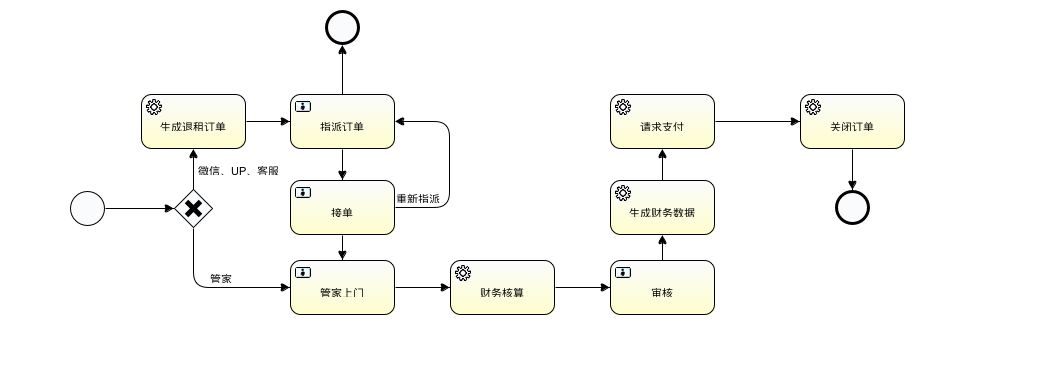
littlefishercoder/littlefisher-system keeps this BPMN diagram as code/yc-parent/core-activiti/src/main/resources/diagrams/cancellease/CancelLeaseProcess.png. Above is the earlier version. Its source is kept beside it as code/yc-parent/core-activiti/src/main/resources/diagrams/cancellease/CancelLeaseProcess.bpmn. Ids are renumbered.
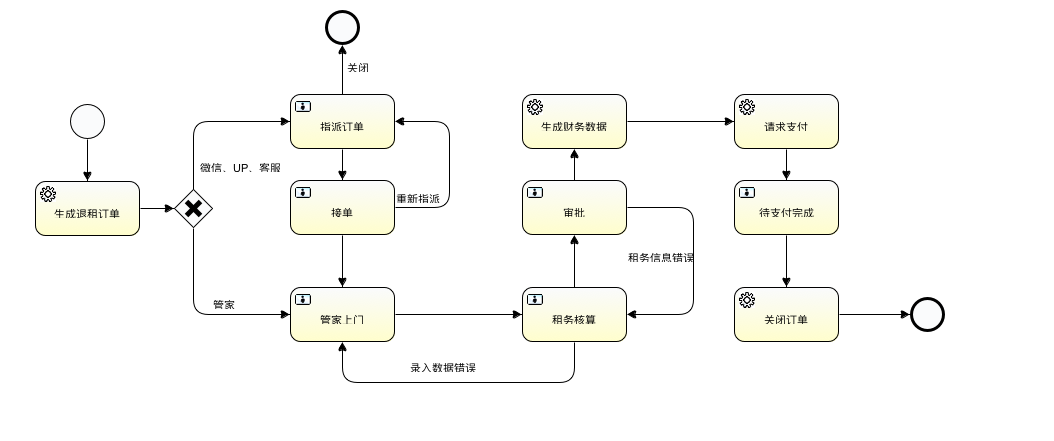
After the commit.

The edit, as a diff of the source:
```diff
@@ -3,38 +3,42 @@
     <startEvent id="startevent1" name="Start"></startEvent>
     <serviceTask id="servicetask1" name="生成退租订单"></serviceTask>
     <userTask id="usertask1" name="指派订单"></userTask>
-    <sequenceFlow id="flow2" sourceRef="servicetask1" targetRef="usertask1"></sequenceFlow>
+    <sequenceFlow id="flow2" name="微信、UP、客服" sourceRef="servicetask1" targetRef="usertask1"></sequenceFlow>
     <endEvent id="endevent1" name="End"></endEvent>
-    <sequenceFlow id="flow3" sourceRef="usertask1" targetRef="endevent1"></sequenceFlow>
+    <sequenceFlow id="flow3" name="关闭" sourceRef="usertask1" targetRef="endevent1"></sequenceFlow>
     <userTask id="usertask2" name="接单"></userTask>
     <sequenceFlow id="flow4" sourceRef="usertask1" targetRef="usertask2"></sequenceFlow>
     <userTask id="usertask3" name="管家上门"></userTask>
     <sequenceFlow id="flow5" sourceRef="usertask2" targetRef="usertask3"></sequenceFlow>
-    <sequenceFlow id="flow6" sourceRef="usertask3" targetRef="servicetask2"></sequenceFlow>
-    <userTask id="usertask5" name="审核"></userTask>
-    <sequenceFlow id="flow7" sourceRef="servicetask2" targetRef="usertask5"></sequenceFlow>
+    <userTask id="usertask5" name="审批"></userTask>
     <sequenceFlow id="flow8" sourceRef="usertask5" targetRef="servicetask3"></sequenceFlow>
     <sequenceFlow id="flow9" sourceRef="servicetask3" targetRef="servicetask4"></sequenceFlow>
-    <sequenceFlow id="flow10" sourceRef="servicetask4" targetRef="servicetask5"></sequenceFlow>
     <endEvent id="endevent2" name="End"></endEvent>
     <sequenceFlow id="flow11" sourceRef="servicetask5" targetRef="endevent2"></sequenceFlow>
     <exclusiveGateway id="exclusivegateway1" name="Exclusive Gateway"></exclusiveGateway>
-    <sequenceFlow id="flow12" sourceRef="startevent1" targetRef="exclusivegateway1"></sequenceFlow>
-    <sequenceFlow id="flow13" name="微信、UP、客服" sourceRef="exclusivegateway1" targetRef="servicetask1"></sequenceFlow>
+    <sequenceFlow id="flow12" sourceRef="startevent1" targetRef="servicetask1"></sequenceFlow>
     <sequenceFlow id="flow14" name="管家" sourceRef="exclusivegateway1" targetRef="usertask3"></sequenceFlow>
-    <serviceTask id="servicetask2" name="财务核算"></serviceTask>
     <serviceTask id="servicetask3" name="生成财务数据"></serviceTask>
     <serviceTask id="servicetask4" name="请求支付"></serviceTask>
     <serviceTask id="servicetask5" name="关闭订单"></serviceTask>
     <sequenceFlow id="flow15" name="重新指派" sourceRef="usertask2" targetRef="usertask1"></sequenceFlow>
+    <userTask id="usertask6" name="租务核算"></userTask>
+    <sequenceFlow id="flow16" sourceRef="usertask3" targetRef="usertask6"></sequenceFlow>
+    <sequenceFlow id="flow17" sourceRef="usertask6" targetRef="usertask5"></sequenceFlow>
+    <sequenceFlow id="flow18" name="租务信息错误" sourceRef="usertask5" targetRef="usertask6"></sequenceFlow>
+    <sequenceFlow id="flow19" name="录入数据错误" sourceRef="usertask6" targetRef="usertask3"></sequenceFlow>
+    <userTask id="usertask7" name="待支付完成"></userTask>
+    <sequenceFlow id="flow20" sourceRef="servicetask4" targetRef="usertask7"></sequenceFlow>
+    <sequenceFlow id="flow21" sourceRef="usertask7" targetRef="servicetask5"></sequenceFlow>
+    <sequenceFlow id="flow22" sourceRef="servicetask1" targetRef="exclusivegateway1"></sequenceFlow>
   </process>
   <bpmndi:BPMNDiagram id="BPMNDiagram_CancelLeaseProcess">
     <bpmndi:BPMNPlane bpmnElement="CancelLeaseProcess" id="BPMNPlane_CancelLeaseProcess">
       <bpmndi:BPMNShape bpmnElement="startevent1" id="BPMNShape_startevent1">
-        <omgdc:Bounds height="35.0" width="35.0" x="70.0" y="191.0"></omgdc:Bounds>
+        <omgdc:Bounds height="35.0" width="35.0" x="70.0" y="104.0"></omgdc:Bounds>
       </bpmndi:BPMNShape>
       <bpmndi:BPMNShape bpmnElement="servicetask1" id="BPMNShape_servicetask1">
-        <omgdc:Bounds height="55.0" width="105.0" x="141.0" y="94.0"></omgdc:Bounds>
+        <omgdc:Bounds height="55.0" width="105.0" x="35.0" y="181.0"></omgdc:Bounds>
       </bpmndi:BPMNShape>
       <bpmndi:BPMNShape bpmnElement="usertask1" id="BPMNShape_usertask1">
         <omgdc:Bounds height="55.0" width="105.0" x="290.0" y="94.0"></omgdc:Bounds>
@@ -46,36 +50,46 @@
         <omgdc:Bounds height="55.0" width="105.0" x="290.0" y="180.0"></omgdc:Bounds>
       </bpmndi:BPMNShape>
       <bpmndi:BPMNShape bpmnElement="usertask3" id="BPMNShape_usertask3">
-        <omgdc:Bounds height="55.0" width="105.0" x="290.0" y="260.0"></omgdc:Bounds>
+        <omgdc:Bounds height="55.0" width="105.0" x="290.0" y="287.0"></omgdc:Bounds>
       </bpmndi:BPMNShape>
       <bpmndi:BPMNShape bpmnElement="usertask5" id="BPMNShape_usertask5">
-        <omgdc:Bounds height="55.0" width="105.0" x="610.0" y="260.0"></omgdc:Bounds>
+        <omgdc:Bounds height="55.0" width="105.0" x="522.0" y="180.0"></omgdc:Bounds>
       </bpmndi:BPMNShape>
       <bpmndi:BPMNShape bpmnElement="endevent2" id="BPMNShape_endevent2">
-        <omgdc:Bounds height="35.0" width="35.0" x="835.0" y="190.0"></omgdc:Bounds>
+        <omgdc:Bounds height="35.0" width="35.0" x="910.0" y="297.0"></omgdc:Bounds>
       </bpmndi:BPMNShape>
       <bpmndi:BPMNShape bpmnElement="exclusivegateway1" id="BPMNShape_exclusivegateway1">
         <omgdc:Bounds height="40.0" width="40.0" x="173.0" y="188.0"></omgdc:Bounds>
       </bpmndi:BPMNShape>
-      <bpmndi:BPMNShape bpmnElement="servicetask2" id="BPMNShape_servicetask2">
-        <omgdc:Bounds height="55.0" width="105.0" x="450.0" y="260.0"></omgdc:Bounds>
-      </bpmndi:BPMNShape>
       <bpmndi:BPMNShape bpmnElement="servicetask3" id="BPMNShape_servicetask3">
-        <omgdc:Bounds height="55.0" width="105.0" x="610.0" y="180.0"></omgdc:Bounds>
+        <omgdc:Bounds height="55.0" width="105.0" x="522.0" y="94.0"></omgdc:Bounds>
       </bpmndi:BPMNShape>
       <bpmndi:BPMNShape bpmnElement="servicetask4" id="BPMNShape_servicetask4">
-        <omgdc:Bounds height="55.0" width="105.0" x="610.0" y="94.0"></omgdc:Bounds>
+        <omgdc:Bounds height="55.0" width="105.0" x="734.0" y="94.0"></omgdc:Bounds>
       </bpmndi:BPMNShape>
       <bpmndi:BPMNShape bpmnElement="servicetask5" id="BPMNShape_servicetask5">
-        <omgdc:Bounds height="55.0" width="105.0" x="800.0" y="94.0"></omgdc:Bounds>
+        <omgdc:Bounds height="55.0" width="105.0" x="734.0" y="287.0"></omgdc:Bounds>
+      </bpmndi:BPMNShape>
+      <bpmndi:BPMNShape bpmnElement="usertask6" id="BPMNShape_usertask6">
+        <omgdc:Bounds height="55.0" width="105.0" x="522.0" y="287.0"></omgdc:Bounds>
+      </bpmndi:BPMNShape>
+      <bpmndi:BPMNShape bpmnElement="usertask7" id="BPMNShape_usertask7">
+        <omgdc:Bounds height="55.0" width="105.0" x="734.0" y="180.0"></omgdc:Bounds>
       </bpmndi:BPMNShape>
       <bpmndi:BPMNEdge bpmnElement="flow2" id="BPMNEdge_flow2">
-        <omgdi:waypoint x="246.0" y="121.0"></omgdi:waypoint>
+        <omgdi:waypoint x="87.0" y="181.0"></omgdi:waypoint>
+        <omgdi:waypoint x="193.0" y="121.0"></omgdi:waypoint>
         <omgdi:waypoint x="290.0" y="121.0"></omgdi:waypoint>
+        <bpmndi:BPMNLabel>
+          <omgdc:Bounds height="16.0" width="100.0" x="94.0" y="154.0"></omgdc:Bounds>
+        </bpmndi:BPMNLabel>
       </bpmndi:BPMNEdge>
       <bpmndi:BPMNEdge bpmnElement="flow3" id="BPMNEdge_flow3">
         <omgdi:waypoint x="342.0" y="94.0"></omgdi:waypoint>
         <omgdi:waypoint x="342.0" y="45.0"></omgdi:waypoint>
+        <bpmndi:BPMNLabel>
+          <omgdc:Bounds height="16.0" width="100.0" x="347.0" y="61.0"></omgdc:Bounds>
+        </bpmndi:BPMNLabel>
       </bpmndi:BPMNEdge>
       <bpmndi:BPMNEdge bpmnElement="flow4" id="BPMNEdge_flow4">
         <omgdi:waypoint x="342.0" y="149.0"></omgdi:waypoint>
@@ -83,49 +97,30 @@
       </bpmndi:BPMNEdge>
       <bpmndi:BPMNEdge bpmnElement="flow5" id="BPMNEdge_flow5">
         <omgdi:waypoint x="342.0" y="235.0"></omgdi:waypoint>
-        <omgdi:waypoint x="342.0" y="260.0"></omgdi:waypoint>
-      </bpmndi:BPMNEdge>
-      <bpmndi:BPMNEdge bpmnElement="flow6" id="BPMNEdge_flow6">
-        <omgdi:waypoint x="395.0" y="287.0"></omgdi:waypoint>
-        <omgdi:waypoint x="450.0" y="287.0"></omgdi:waypoint>
-      </bpmndi:BPMNEdge>
-      <bpmndi:BPMNEdge bpmnElement="flow7" id="BPMNEdge_flow7">
-        <omgdi:waypoint x="555.0" y="287.0"></omgdi:waypoint>
-        <omgdi:waypoint x="610.0" y="287.0"></omgdi:waypoint>
+        <omgdi:waypoint x="342.0" y="287.0"></omgdi:waypoint>
       </bpmndi:BPMNEdge>
       <bpmndi:BPMNEdge bpmnElement="flow8" id="BPMNEdge_flow8">
-        <omgdi:waypoint x="662.0" y="260.0"></omgdi:waypoint>
-        <omgdi:waypoint x="662.0" y="235.0"></omgdi:waypoint>
+        <omgdi:waypoint x="574.0" y="180.0"></omgdi:waypoint>
+        <omgdi:waypoint x="574.0" y="149.0"></omgdi:waypoint>
       </bpmndi:BPMNEdge>
       <bpmndi:BPMNEdge bpmnElement="flow9" id="BPMNEdge_flow9">
-        <omgdi:waypoint x="662.0" y="180.0"></omgdi:waypoint>
-        <omgdi:waypoint x="662.0" y="149.0"></omgdi:waypoint>
-      </bpmndi:BPMNEdge>
-      <bpmndi:BPMNEdge bpmnElement="flow10" id="BPMNEdge_flow10">
-        <omgdi:waypoint x="715.0" y="121.0"></omgdi:waypoint>
-        <omgdi:waypoint x="800.0" y="121.0"></omgdi:waypoint>
+        <omgdi:waypoint x="627.0" y="121.0"></omgdi:waypoint>
+        <omgdi:waypoint x="734.0" y="121.0"></omgdi:waypoint>
       </bpmndi:BPMNEdge>
       <bpmndi:BPMNEdge bpmnElement="flow11" id="BPMNEdge_flow11">
-        <omgdi:waypoint x="852.0" y="149.0"></omgdi:waypoint>
-        <omgdi:waypoint x="852.0" y="190.0"></omgdi:waypoint>
+        <omgdi:waypoint x="839.0" y="314.0"></omgdi:waypoint>
+        <omgdi:waypoint x="910.0" y="314.0"></omgdi:waypoint>
       </bpmndi:BPMNEdge>
       <bpmndi:BPMNEdge bpmnElement="flow12" id="BPMNEdge_flow12">
-        <omgdi:waypoint x="105.0" y="208.0"></omgdi:waypoint>
-        <omgdi:waypoint x="173.0" y="208.0"></omgdi:waypoint>
-      </bpmndi:BPMNEdge>
-      <bpmndi:BPMNEdge bpmnElement="flow13" id="BPMNEdge_flow13">
-        <omgdi:waypoint x="193.0" y="188.0"></omgdi:waypoint>
-        <omgdi:waypoint x="193.0" y="149.0"></omgdi:waypoint>
-        <bpmndi:BPMNLabel>
-          <omgdc:Bounds height="16.0" width="81.0" x="198.0" y="164.0"></omgdc:Bounds>
-        </bpmndi:BPMNLabel>
+        <omgdi:waypoint x="87.0" y="139.0"></omgdi:waypoint>
+        <omgdi:waypoint x="87.0" y="181.0"></omgdi:waypoint>
       </bpmndi:BPMNEdge>
       <bpmndi:BPMNEdge bpmnElement="flow14" id="BPMNEdge_flow14">
         <omgdi:waypoint x="193.0" y="228.0"></omgdi:waypoint>
-        <omgdi:waypoint x="193.0" y="287.0"></omgdi:waypoint>
-        <omgdi:waypoint x="290.0" y="287.0"></omgdi:waypoint>
+        <omgdi:waypoint x="193.0" y="314.0"></omgdi:waypoint>
+        <omgdi:waypoint x="290.0" y="314.0"></omgdi:waypoint>
         <bpmndi:BPMNLabel>
-          <omgdc:Bounds height="16.0" width="22.0" x="210.0" y="270.0"></omgdc:Bounds>
+          <omgdc:Bounds height="16.0" width="22.0" x="213.0" y="296.0"></omgdc:Bounds>
         </bpmndi:BPMNLabel>
       </bpmndi:BPMNEdge>
       <bpmndi:BPMNEdge bpmnElement="flow15" id="BPMNEdge_flow15">
@@ -137,6 +132,44 @@
           <omgdc:Bounds height="16.0" width="44.0" x="395.0" y="191.0"></omgdc:Bounds>
         </bpmndi:BPMNLabel>
       </bpmndi:BPMNEdge>
+      <bpmndi:BPMNEdge bpmnElement="flow16" id="BPMNEdge_flow16">
+        <omgdi:waypoint x="395.0" y="314.0"></omgdi:waypoint>
+        <omgdi:waypoint x="522.0" y="314.0"></omgdi:waypoint>
+      </bpmndi:BPMNEdge>
+      <bpmndi:BPMNEdge bpmnElement="flow17" id="BPMNEdge_flow17">
+        <omgdi:waypoint x="574.0" y="287.0"></omgdi:waypoint>
+        <omgdi:waypoint x="574.0" y="235.0"></omgdi:waypoint>
+      </bpmndi:BPMNEdge>
+      <bpmndi:BPMNEdge bpmnElement="flow18" id="BPMNEdge_flow18">
+        <omgdi:waypoint x="627.0" y="207.0"></omgdi:waypoint>
+        <omgdi:waypoint x="693.0" y="207.0"></omgdi:waypoint>
+        <omgdi:waypoint x="693.0" y="314.0"></omgdi:waypoint>
+        <omgdi:waypoint x="627.0" y="314.0"></omgdi:waypoint>
+        <bpmndi:BPMNLabel>
+          <omgdc:Bounds height="16.0" width="100.0" x="627.0" y="250.0"></omgdc:Bounds>
+        </bpmndi:BPMNLabel>
+      </bpmndi:BPMNEdge>
+      <bpmndi:BPMNEdge bpmnElement="flow19" id="BPMNEdge_flow19">
+        <omgdi:waypoint x="574.0" y="342.0"></omgdi:waypoint>
+        <omgdi:waypoint x="574.0" y="382.0"></omgdi:waypoint>
+        <omgdi:waypoint x="342.0" y="382.0"></omgdi:waypoint>
+        <omgdi:waypoint x="342.0" y="342.0"></omgdi:waypoint>
+        <bpmndi:BPMNLabel>
+          <omgdc:Bounds height="16.0" width="100.0" x="410.0" y="359.0"></omgdc:Bounds>
+        </bpmndi:BPMNLabel>
+      </bpmndi:BPMNEdge>
+      <bpmndi:BPMNEdge bpmnElement="flow20" id="BPMNEdge_flow20">
+        <omgdi:waypoint x="786.0" y="149.0"></omgdi:waypoint>
+        <omgdi:waypoint x="786.0" y="180.0"></omgdi:waypoint>
+      </bpmndi:BPMNEdge>
+      <bpmndi:BPMNEdge bpmnElement="flow21" id="BPMNEdge_flow21">
+        <omgdi:waypoint x="786.0" y="235.0"></omgdi:waypoint>
+        <omgdi:waypoint x="786.0" y="287.0"></omgdi:waypoint>
+      </bpmndi:BPMNEdge>
+      <bpmndi:BPMNEdge bpmnElement="flow22" id="BPMNEdge_flow22">
+        <omgdi:waypoint x="140.0" y="208.0"></omgdi:waypoint>
+        <omgdi:waypoint x="173.0" y="208.0"></omgdi:waypoint>
+      </bpmndi:BPMNEdge>
     </bpmndi:BPMNPlane>
   </bpmndi:BPMNDiagram>
 </definitions>
```
